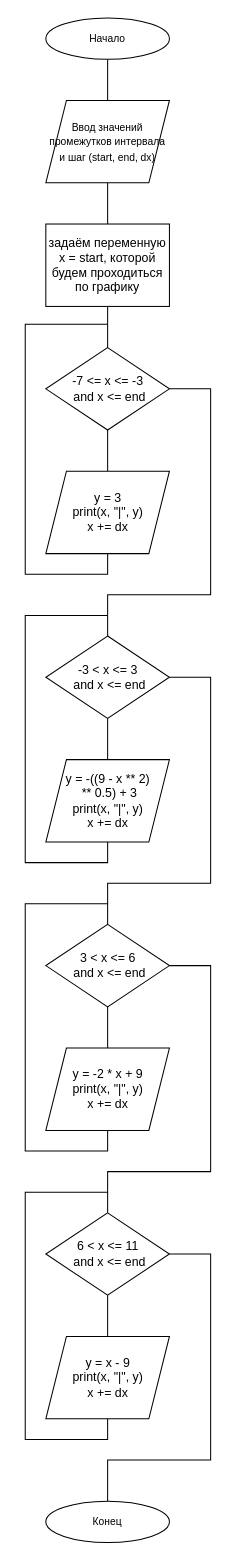
This is task_1/Диаграмма для 1 задачи.drawio from konodop/Python_cycles, a draw.io file, before an edit. Source tidied: cells renumbered, new cells numbered last; positions are measured from the earlier drawing's top-left corner, leaving out a move shared by most shapes. Both pictures are drawn from the tidied source at 103%, with x=0, y=0 at pixel (25, 18).
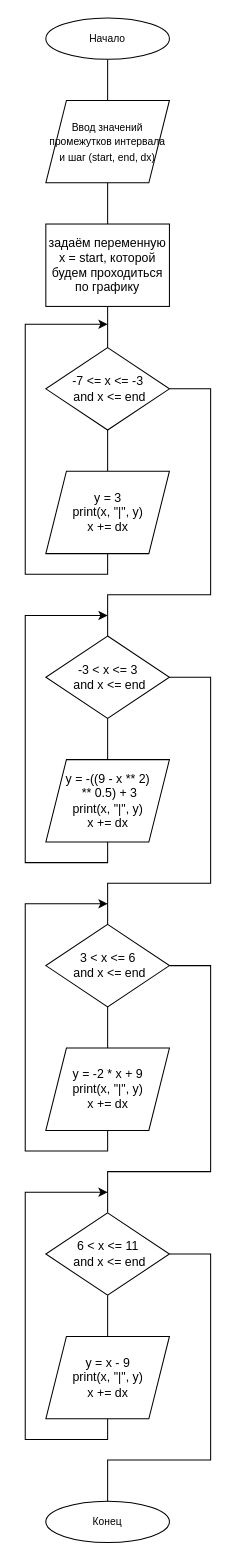
The same page after the edit.

Commit message:
добавил стрелки

The change refers to these unchanged cells:
```xml
<mxCell id="13" value="y = 3&lt;div&gt;&lt;span style=&quot;background-color: transparent; color: light-dark(rgb(0, 0, 0), rgb(255, 255, 255)); text-decoration-line: inherit;&quot;&gt;print(x, &quot;|&quot;, y)&lt;/span&gt;&lt;/div&gt;&lt;div&gt;&lt;span style=&quot;background-color: transparent; color: light-dark(rgb(0, 0, 0), rgb(255, 255, 255)); text-decoration-line: inherit;&quot;&gt;x += dx&lt;/span&gt;&lt;/div&gt;" style="shape=parallelogram;perimeter=parallelogramPerimeter;html=1;shapeInside=1;fixedSize=1;align=center;labelPosition=center;verticalLabelPosition=middle;verticalAlign=middle;" parent="1" vertex="1">
  <mxGeometry x="20" y="440" width="120" height="80" as="geometry" />
</mxCell>
<mxCell id="18" value="y = -((9 - x ** 2)&lt;div&gt;&amp;nbsp;** 0.5) + 3&lt;div&gt;&lt;span style=&quot;background-color: transparent; color: light-dark(rgb(0, 0, 0), rgb(255, 255, 255)); text-decoration-line: inherit;&quot;&gt;print(x, &quot;|&quot;, y)&lt;/span&gt;&lt;/div&gt;&lt;div&gt;&lt;span style=&quot;background-color: transparent; color: light-dark(rgb(0, 0, 0), rgb(255, 255, 255)); text-decoration-line: inherit;&quot;&gt;x += dx&lt;/span&gt;&lt;/div&gt;&lt;/div&gt;" style="shape=parallelogram;perimeter=parallelogramPerimeter;html=1;shapeInside=1;fixedSize=1;align=center;labelPosition=center;verticalLabelPosition=middle;verticalAlign=middle;" parent="1" vertex="1">
  <mxGeometry x="20" y="720" width="120" height="80" as="geometry" />
</mxCell>
<mxCell id="23" value="y = -2 * x + 9&lt;div&gt;&lt;span style=&quot;background-color: transparent; color: light-dark(rgb(0, 0, 0), rgb(255, 255, 255)); text-decoration-line: inherit;&quot;&gt;print(x, &quot;|&quot;, y)&lt;/span&gt;&lt;/div&gt;&lt;div&gt;&lt;span style=&quot;background-color: transparent; color: light-dark(rgb(0, 0, 0), rgb(255, 255, 255)); text-decoration-line: inherit;&quot;&gt;x += dx&lt;/span&gt;&lt;/div&gt;" style="shape=parallelogram;perimeter=parallelogramPerimeter;html=1;shapeInside=1;fixedSize=1;align=center;labelPosition=center;verticalLabelPosition=middle;verticalAlign=middle;" parent="1" vertex="1">
  <mxGeometry x="20" y="1000" width="120" height="80" as="geometry" />
</mxCell>
<mxCell id="28" value="y = x - 9&lt;div&gt;&lt;span style=&quot;background-color: transparent; color: light-dark(rgb(0, 0, 0), rgb(255, 255, 255)); text-decoration-line: inherit;&quot;&gt;print(x, &quot;|&quot;, y)&lt;/span&gt;&lt;/div&gt;&lt;div&gt;&lt;span style=&quot;background-color: transparent; color: light-dark(rgb(0, 0, 0), rgb(255, 255, 255)); text-decoration-line: inherit;&quot;&gt;x += dx&lt;/span&gt;&lt;/div&gt;" style="shape=parallelogram;perimeter=parallelogramPerimeter;html=1;shapeInside=1;fixedSize=1;align=center;labelPosition=center;verticalLabelPosition=middle;verticalAlign=middle;" parent="1" vertex="1">
  <mxGeometry x="20" y="1280" width="120" height="80" as="geometry" />
</mxCell>
```

Change to the diagram source:
```diff
@@
-    <mxCell id="12" style="edgeStyle=orthogonalEdgeStyle;rounded=0;jettySize=auto;html=1;endArrow=none;endFill=0;" parent="1" edge="1" source="13">
+    <mxCell id="12" style="edgeStyle=orthogonalEdgeStyle;rounded=0;jettySize=auto;html=1;endArrow=classic;endFill=1;" parent="1" edge="1" source="13">
       <mxGeometry relative="1" as="geometry">
         <mxPoint x="80" y="297.3" as="targetPoint" />
         <Array as="points">
           <mxPoint x="80" y="540" />
           <mxPoint y="540" />
           <mxPoint y="297.3" />
         </Array>
       </mxGeometry>
     </mxCell>
@@
-    <mxCell id="17" style="edgeStyle=orthogonalEdgeStyle;rounded=0;jettySize=auto;html=1;endArrow=none;endFill=0;" parent="1" edge="1" source="18">
+    <mxCell id="17" style="edgeStyle=orthogonalEdgeStyle;rounded=0;jettySize=auto;html=1;endArrow=classic;endFill=1;" parent="1" edge="1" source="18">
       <mxGeometry relative="1" as="geometry">
         <mxPoint x="80" y="580" as="targetPoint" />
         <Array as="points">
           <mxPoint x="80" y="820" />
           <mxPoint y="820" />
           <mxPoint y="580" />
         </Array>
       </mxGeometry>
     </mxCell>
@@
-    <mxCell id="22" style="edgeStyle=orthogonalEdgeStyle;rounded=0;jettySize=auto;html=1;endArrow=none;endFill=0;" parent="1" edge="1" source="23">
+    <mxCell id="22" style="edgeStyle=orthogonalEdgeStyle;rounded=0;jettySize=auto;html=1;endArrow=classic;endFill=1;" parent="1" edge="1" source="23">
       <mxGeometry relative="1" as="geometry">
         <mxPoint x="80" y="860" as="targetPoint" />
         <Array as="points">
           <mxPoint x="80" y="1100" />
           <mxPoint y="1100" />
           <mxPoint y="860" />
           <mxPoint x="20" y="860" />
         </Array>
       </mxGeometry>
     </mxCell>
@@
-    <mxCell id="27" style="edgeStyle=orthogonalEdgeStyle;rounded=0;jettySize=auto;html=1;endArrow=none;endFill=0;" parent="1" edge="1" source="28">
+    <mxCell id="27" style="edgeStyle=orthogonalEdgeStyle;rounded=0;jettySize=auto;html=1;endArrow=classic;endFill=1;" parent="1" edge="1" source="28">
       <mxGeometry relative="1" as="geometry">
         <mxPoint x="80" y="1140" as="targetPoint" />
         <Array as="points">
           <mxPoint x="80" y="1380" />
           <mxPoint y="1380" />
           <mxPoint y="1140" />
         </Array>
       </mxGeometry>
     </mxCell>
```
